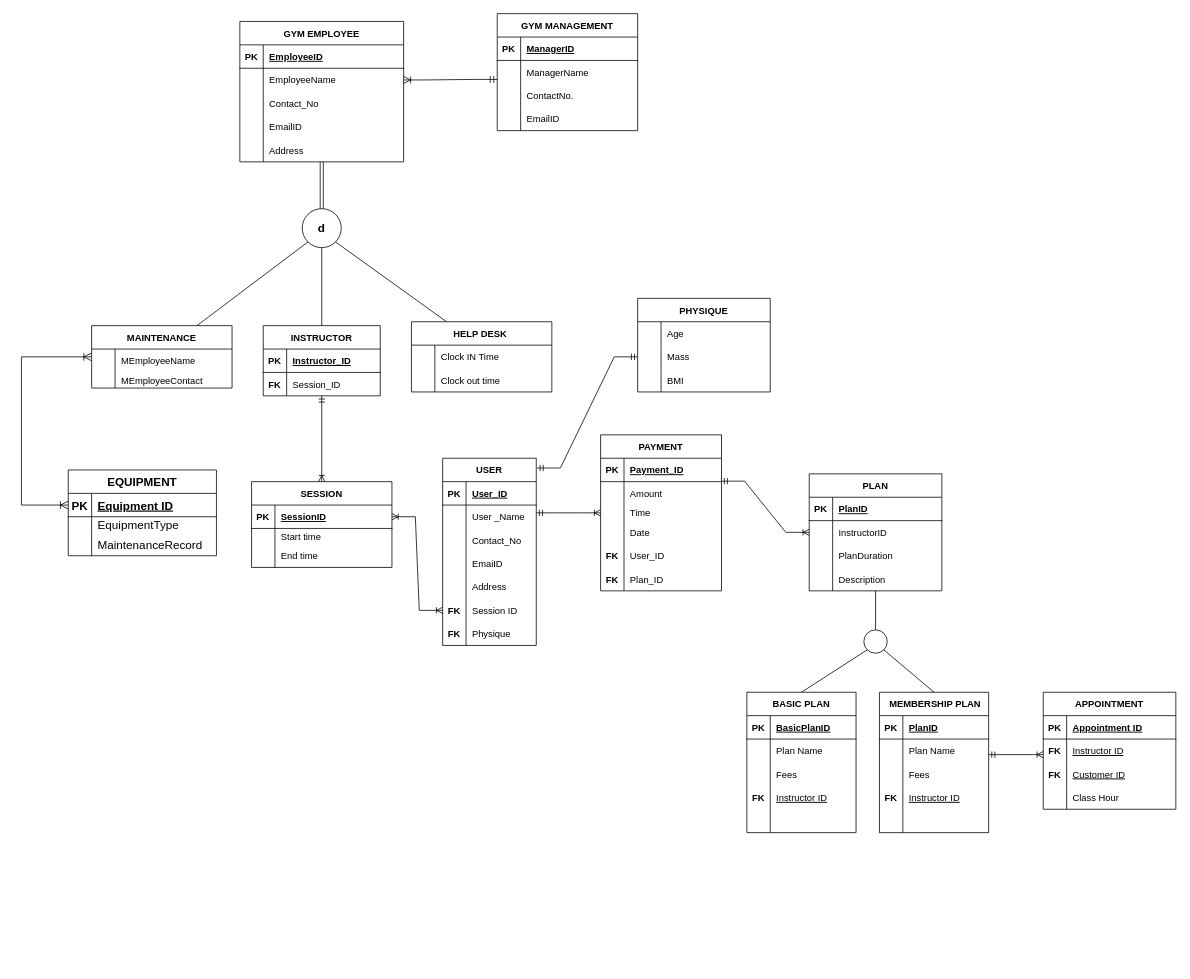
The draw.io diagram Gym_Management_ERD.drawio in Tharunip/DAMG6210_PROJECT11, before the edit. Source tidied: cells renumbered, new cells numbered last; positions are measured from the earlier drawing's top-left corner, leaving out a move shared by most shapes. Both pictures are drawn from the tidied source at 78%, with x=0, y=0 at pixel (21, 13).
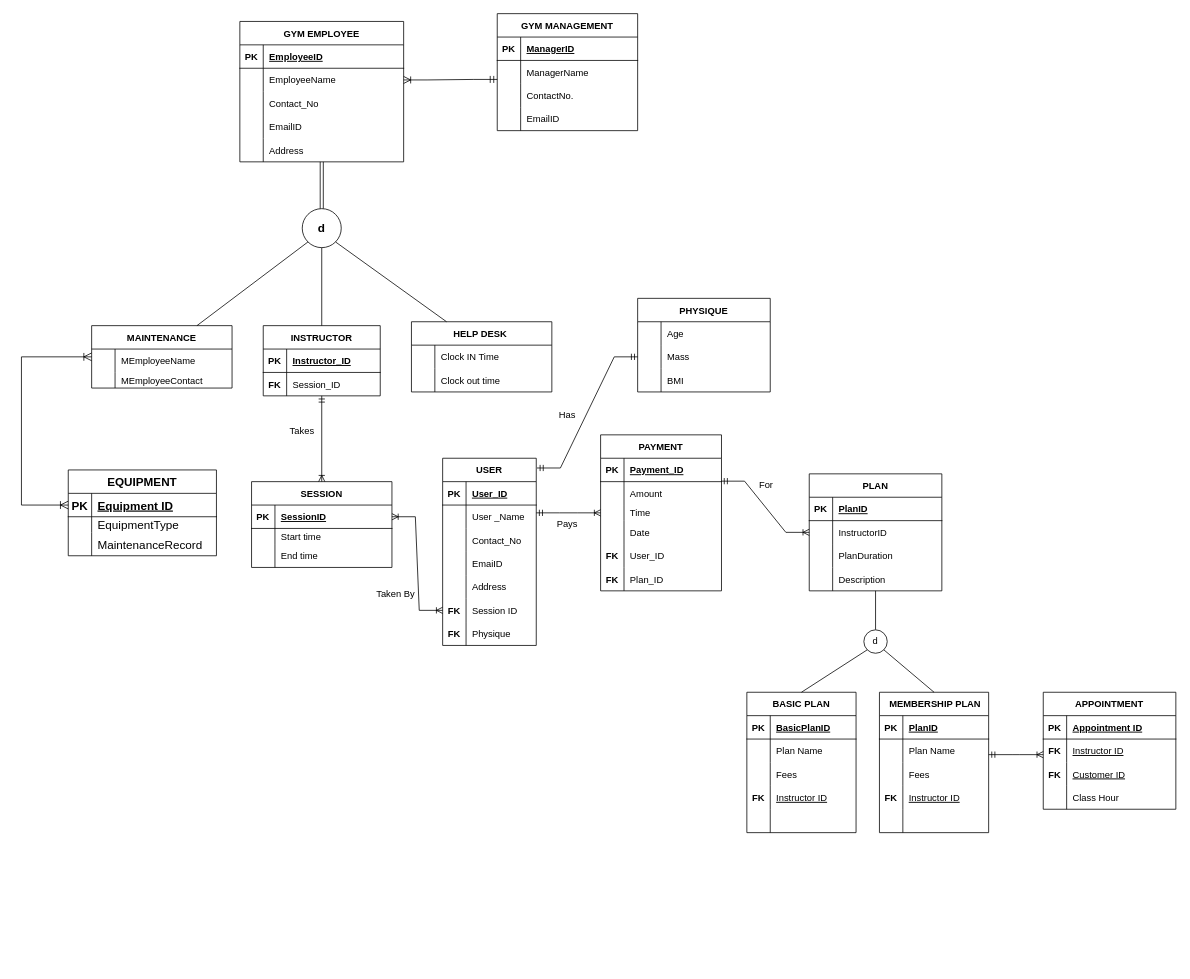
The same diagram, later.

Change to the diagram source:
```diff
@@
-    <mxCell id="192" style="ellipse;whiteSpace=wrap;html=1;" parent="1" vertex="1">
+    <mxCell id="192" value="d" style="ellipse;whiteSpace=wrap;html=1;" parent="1" vertex="1">
       <mxGeometry x="1080" y="790" width="30" height="30" as="geometry" />
     </mxCell>
@@
+    <mxCell id="211" value="Takes" style="text;html=1;strokeColor=none;fillColor=none;align=center;verticalAlign=middle;whiteSpace=wrap;rounded=0;" parent="1" vertex="1">
+      <mxGeometry x="330" y="520" width="60" height="30" as="geometry" />
+    </mxCell>
+    <mxCell id="212" value="Taken By" style="text;html=1;strokeColor=none;fillColor=none;align=center;verticalAlign=middle;whiteSpace=wrap;rounded=0;" parent="1" vertex="1">
+      <mxGeometry x="450" y="730" width="60" height="30" as="geometry" />
+    </mxCell>
+    <mxCell id="213" value="Pays" style="text;html=1;strokeColor=none;fillColor=none;align=center;verticalAlign=middle;whiteSpace=wrap;rounded=0;" parent="1" vertex="1">
+      <mxGeometry x="670" y="640" width="60" height="30" as="geometry" />
+    </mxCell>
+    <mxCell id="214" value="For" style="text;html=1;strokeColor=none;fillColor=none;align=center;verticalAlign=middle;whiteSpace=wrap;rounded=0;" parent="1" vertex="1">
+      <mxGeometry x="925" y="590" width="60" height="30" as="geometry" />
+    </mxCell>
+    <mxCell id="215" value="Has" style="text;html=1;strokeColor=none;fillColor=none;align=center;verticalAlign=middle;whiteSpace=wrap;rounded=0;" parent="1" vertex="1">
+      <mxGeometry x="670" y="500" width="60" height="30" as="geometry" />
+    </mxCell>
```
